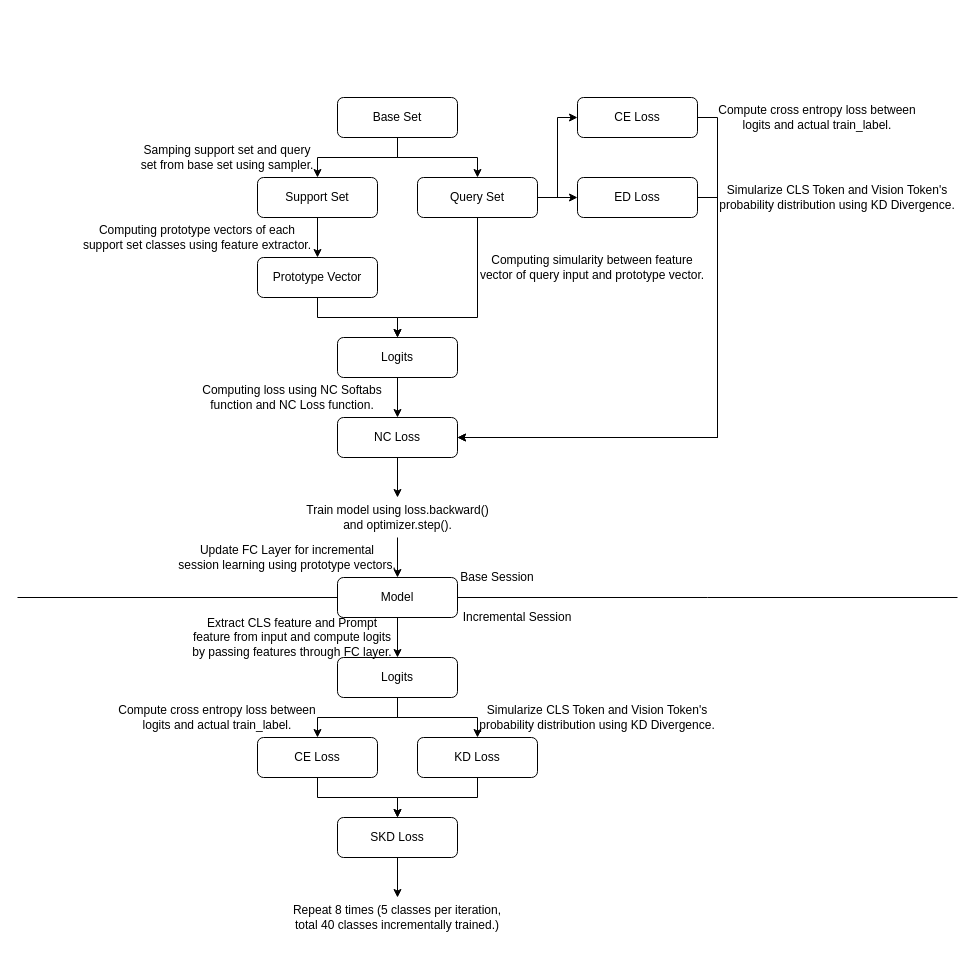
jeong-ho-lee/projectClue keeps this draw.io diagram as 제목 없는 다이어그램.drawio. Above is the earlier version. Source tidied: cells renumbered, new cells numbered last; positions are measured from the earlier drawing's top-left corner, leaving out a move shared by most shapes. Both pictures are drawn from the tidied source at 100%, with x=0, y=0 at pixel (17, 97).
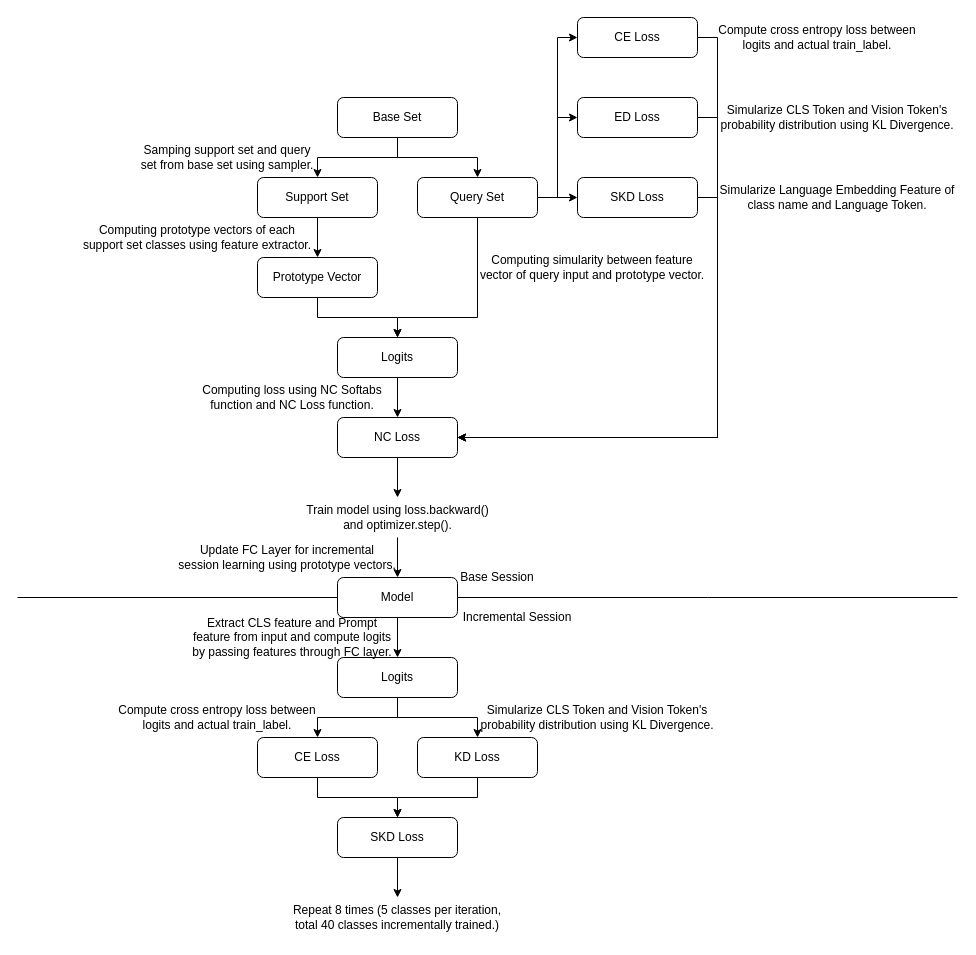
After the change.

Commit message:
제목 없는 다이어그램.drawio 업데이트

The change refers to these unchanged cells:
```xml
<mxCell id="8" value="Query Set" style="rounded=1;whiteSpace=wrap;html=1;" parent="1" vertex="1">
  <mxGeometry x="400" y="80" width="120" height="40" as="geometry" />
</mxCell>
<mxCell id="19" value="NC Loss" style="rounded=1;whiteSpace=wrap;html=1;" parent="1" vertex="1">
  <mxGeometry x="320" y="320" width="120" height="40" as="geometry" />
</mxCell>
```

What changed in the source:
```diff
@@
+    <mxCell id="49" style="edgeStyle=orthogonalEdgeStyle;rounded=0;jettySize=auto;html=1;exitX=1;exitY=0.5;exitDx=0;exitDy=0;entryX=0;entryY=0.5;entryDx=0;entryDy=0;" parent="1" edge="1" source="8" target="51">
+      <mxGeometry relative="1" as="geometry" />
+    </mxCell>
@@
-    <mxCell id="38" value="Simularize CLS Token and Vision Token's probability distribution using KD Divergence." style="text;html=1;align=center;verticalAlign=middle;whiteSpace=wrap;rounded=0;" parent="1" vertex="1">
+    <mxCell id="38" value="Simularize CLS Token and Vision Token's probability distribution using KL Divergence." style="text;html=1;align=center;verticalAlign=middle;whiteSpace=wrap;rounded=0;" parent="1" vertex="1">
       <mxGeometry x="460" y="600" width="240" height="40" as="geometry" />
     </mxCell>
@@
     <mxCell id="40" value="CE Loss" style="rounded=1;whiteSpace=wrap;html=1;" parent="1" vertex="1">
-      <mxGeometry x="560" width="120" height="40" as="geometry" />
+      <mxGeometry x="560" y="-80" width="120" height="40" as="geometry" />
     </mxCell>
@@
     <mxCell id="42" value="ED Loss" style="rounded=1;whiteSpace=wrap;html=1;" parent="1" vertex="1">
-      <mxGeometry x="560" y="80" width="120" height="40" as="geometry" />
+      <mxGeometry x="560" width="120" height="40" as="geometry" />
     </mxCell>
-    <mxCell id="43" value="Simularize CLS Token and Vision Token's probability distribution using KD Divergence." style="text;html=1;align=center;verticalAlign=middle;whiteSpace=wrap;rounded=0;" parent="1" vertex="1">
-      <mxGeometry x="700" y="80" width="240" height="40" as="geometry" />
+    <mxCell id="43" value="Simularize CLS Token and Vision Token's probability distribution using KL Divergence." style="text;html=1;align=center;verticalAlign=middle;whiteSpace=wrap;rounded=0;" parent="1" vertex="1">
+      <mxGeometry x="700" width="240" height="40" as="geometry" />
     </mxCell>
@@
     <mxCell id="47" value="Compute cross entropy loss between logits and actual train_label." style="text;html=1;align=center;verticalAlign=middle;whiteSpace=wrap;rounded=0;" parent="1" vertex="1">
-      <mxGeometry x="700" width="200" height="40" as="geometry" />
+      <mxGeometry x="700" y="-80" width="200" height="40" as="geometry" />
     </mxCell>
@@
+    <mxCell id="50" style="edgeStyle=orthogonalEdgeStyle;rounded=0;jettySize=auto;html=1;exitX=1;exitY=0.5;exitDx=0;exitDy=0;entryX=1;entryY=0.5;entryDx=0;entryDy=0;" parent="1" edge="1" source="51" target="19">
+      <mxGeometry relative="1" as="geometry" />
+    </mxCell>
+    <mxCell id="51" value="SKD Loss" style="rounded=1;whiteSpace=wrap;html=1;" parent="1" vertex="1">
+      <mxGeometry x="560" y="80" width="120" height="40" as="geometry" />
+    </mxCell>
+    <mxCell id="52" value="Simularize Language Embedding Feature of class name and Language Token." style="text;html=1;align=center;verticalAlign=middle;whiteSpace=wrap;rounded=0;" parent="1" vertex="1">
+      <mxGeometry x="700" y="80" width="240" height="40" as="geometry" />
+    </mxCell>
```
